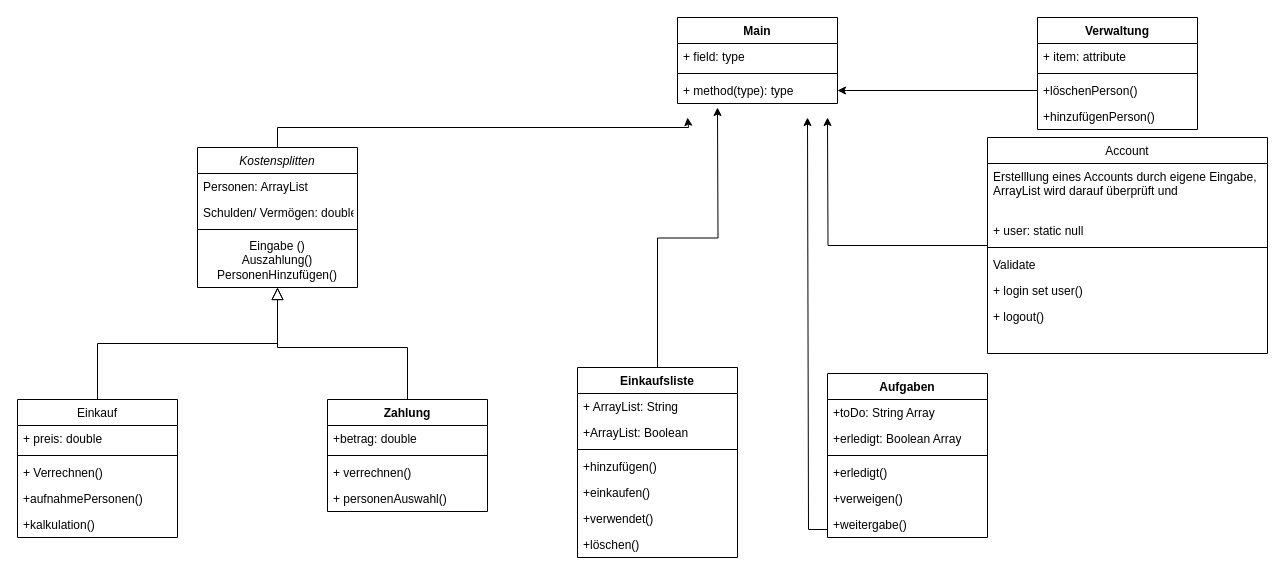
franzi17/Systemanalyse keeps this draw.io diagram as Unbenanntes Diagramm.drawio. Above is the earlier version. Source tidied: cells renumbered, new cells numbered last; positions are measured from the earlier drawing's top-left corner, leaving out a move shared by most shapes. Both pictures are drawn from the tidied source at 100%, with x=0, y=0 at pixel (17, 17).
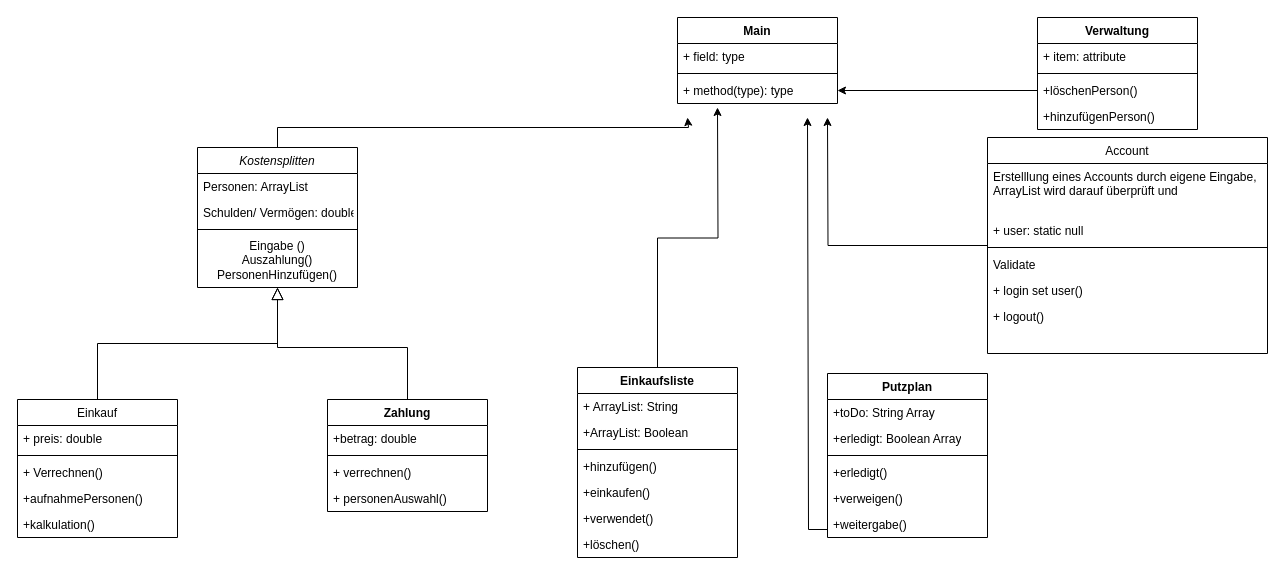
The same diagram, later.

Change to the diagram source:
```diff
@@
-    <mxCell id="38" value="Aufgaben" style="swimlane;fontStyle=1;align=center;verticalAlign=top;horizontal=1;startSize=26;whiteSpace=wrap;html=1;" parent="1" vertex="1">
+    <mxCell id="38" value="Putzplan" style="swimlane;fontStyle=1;align=center;verticalAlign=top;horizontal=1;startSize=26;whiteSpace=wrap;html=1;" parent="1" vertex="1">
       <mxGeometry x="810" y="356" width="160" height="164" as="geometry" />
     </mxCell>
```
